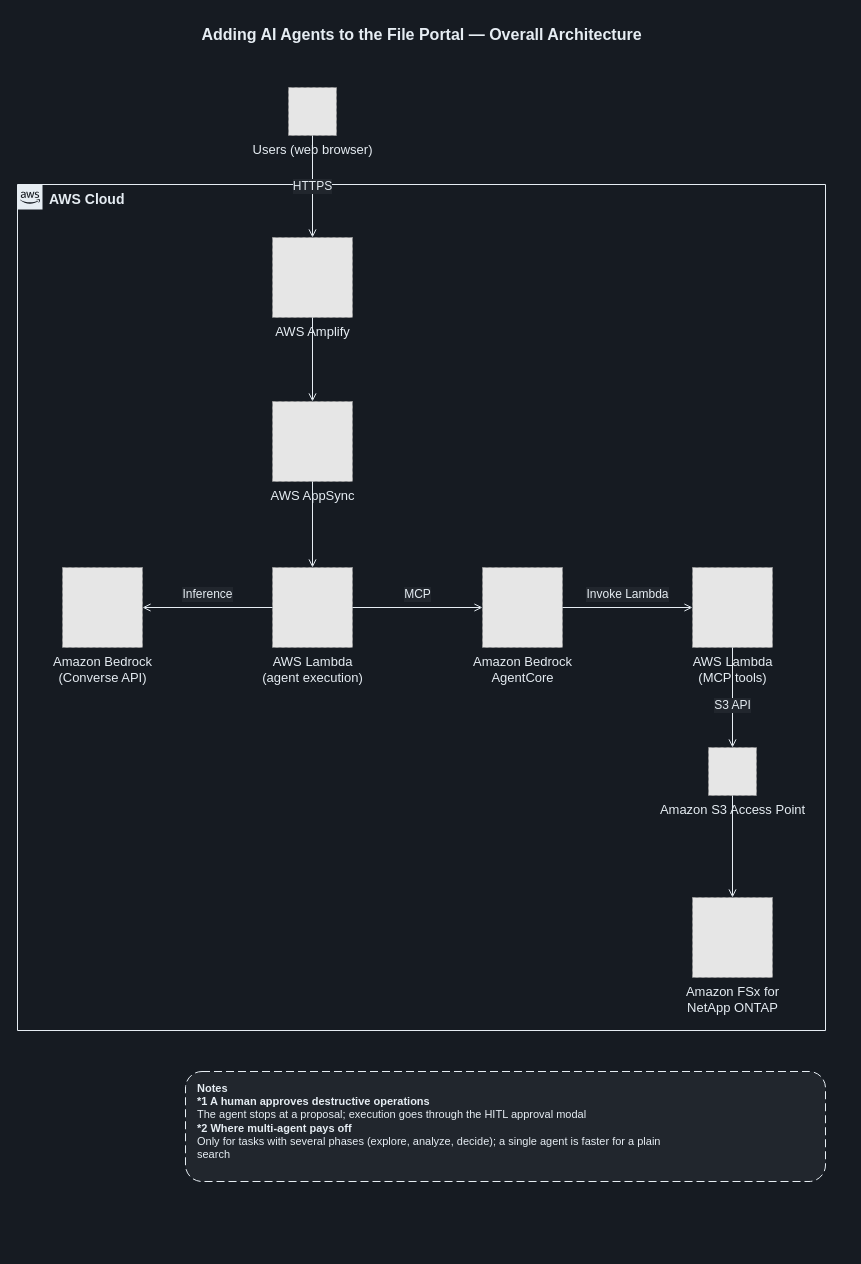
Earlier version of the draw.io diagram docs/diagrams/dark/part3-ai-agent-overview-en.drawio (Yoshiki0705/FSx-for-ONTAP-S3AccessPoints-Serverless-Patterns). Source tidied: cells renumbered, new cells numbered last; positions are measured from the earlier drawing's top-left corner, leaving out a move shared by most shapes. Both pictures are drawn from the tidied source at 100%, with x=0, y=0 at pixel (17, 17). Pictures stored in the file or linked from it are replaced by grey dashed boxes.
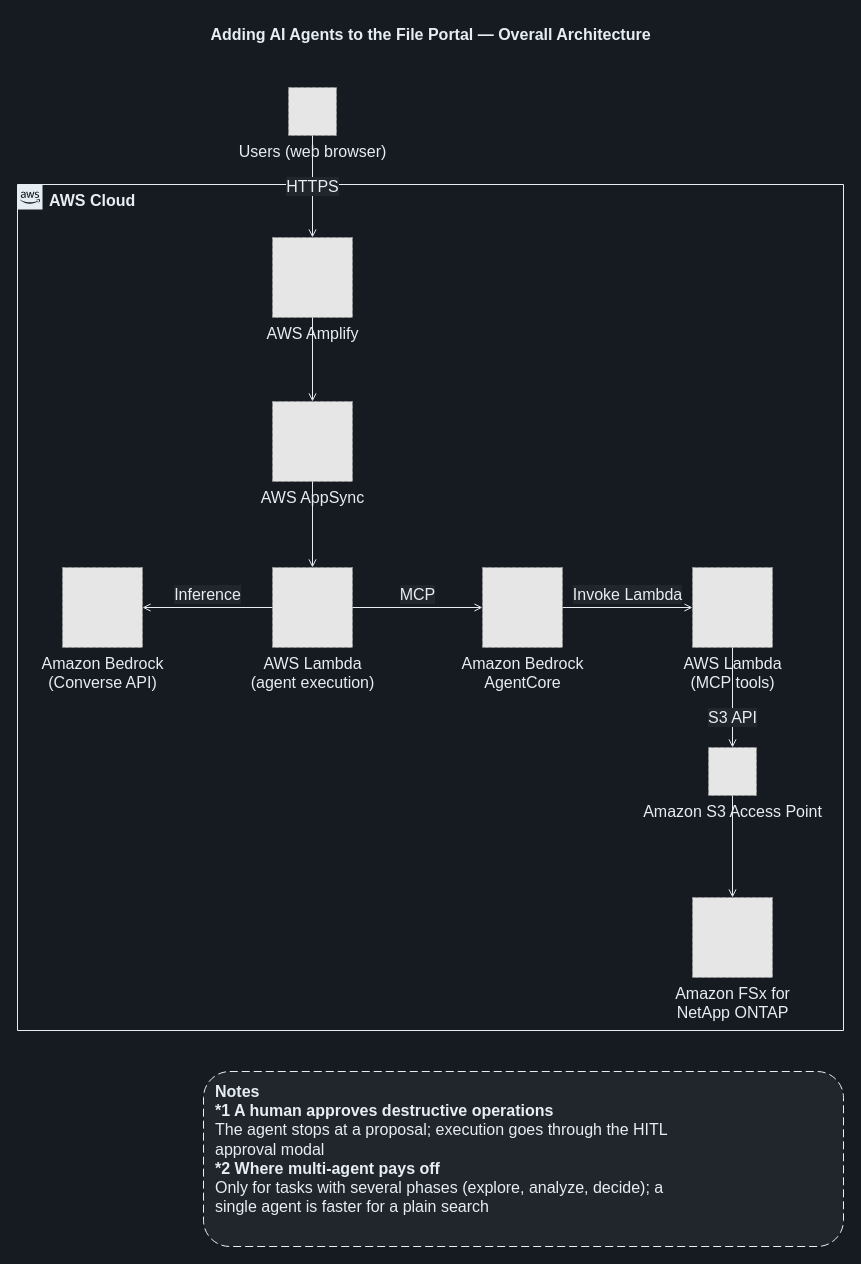
Above is the later version.

What changed in the source:
```diff
@@
     <mxCell id="2" value="Adding AI Agents to the File Portal — Overall Architecture" style="text;html=1;align=center;verticalAlign=middle;fontSize=16;fontStyle=1;fontColor=#E6EDF3;" parent="1" vertex="1">
-      <mxGeometry width="808" height="34" as="geometry" />
+      <mxGeometry width="826" height="34" as="geometry" />
     </mxCell>
-    <mxCell id="3" value="AWS Cloud" style="gradientColor=none;html=1;whiteSpace=wrap;fontSize=14;fontStyle=1;shape=mxgraph.aws4.group;grIcon=mxgraph.aws4.group_aws_cloud_alt;strokeColor=#E6EDF3;fillColor=none;verticalAlign=top;align=left;spacingLeft=30;fontColor=#E6EDF3;dashed=0;" parent="1" vertex="1">
-      <mxGeometry y="167" width="808" height="846" as="geometry" />
+    <mxCell id="3" value="AWS Cloud" style="gradientColor=none;html=1;whiteSpace=wrap;fontSize=16;fontStyle=1;shape=mxgraph.aws4.group;grIcon=mxgraph.aws4.group_aws_cloud_alt;strokeColor=#E6EDF3;fillColor=none;verticalAlign=top;align=left;spacingLeft=30;fontColor=#E6EDF3;dashed=0;" parent="1" vertex="1">
+      <mxGeometry y="167" width="826" height="846" as="geometry" />
     </mxCell>
-    <mxCell id="4" value="Users (web browser)" style="fillColor=#E6E6E6;strokeColor=#999999;dashed=1;html=1;verticalLabelPosition=bottom;verticalAlign=top;labelPosition=center;align=center;fontSize=13;fontColor=#E6EDF3;" parent="1" vertex="1">
+    <mxCell id="4" value="Users (web browser)" style="fillColor=#E6E6E6;strokeColor=#999999;dashed=1;html=1;verticalLabelPosition=bottom;verticalAlign=top;labelPosition=center;align=center;fontSize=16;fontColor=#E6EDF3;" parent="1" vertex="1">
       <mxGeometry x="271" y="70" width="48" height="48" as="geometry" />
     </mxCell>
-    <mxCell id="5" value="AWS Amplify" style="fillColor=#E6E6E6;strokeColor=#999999;dashed=1;html=1;verticalLabelPosition=bottom;verticalAlign=top;labelPosition=center;align=center;fontSize=13;fontColor=#E6EDF3;" parent="1" vertex="1">
+    <mxCell id="5" value="AWS Amplify" style="fillColor=#E6E6E6;strokeColor=#999999;dashed=1;html=1;verticalLabelPosition=bottom;verticalAlign=top;labelPosition=center;align=center;fontSize=16;fontColor=#E6EDF3;" parent="1" vertex="1">
       <mxGeometry x="255" y="220" width="80" height="80" as="geometry" />
     </mxCell>
-    <mxCell id="6" value="AWS AppSync" style="fillColor=#E6E6E6;strokeColor=#999999;dashed=1;html=1;verticalLabelPosition=bottom;verticalAlign=top;labelPosition=center;align=center;fontSize=13;fontColor=#E6EDF3;" parent="1" vertex="1">
+    <mxCell id="6" value="AWS AppSync" style="fillColor=#E6E6E6;strokeColor=#999999;dashed=1;html=1;verticalLabelPosition=bottom;verticalAlign=top;labelPosition=center;align=center;fontSize=16;fontColor=#E6EDF3;" parent="1" vertex="1">
       <mxGeometry x="255" y="384" width="80" height="80" as="geometry" />
     </mxCell>
-    <mxCell id="7" value="Amazon Bedrock&lt;br&gt;(Converse API)" style="fillColor=#E6E6E6;strokeColor=#999999;dashed=1;html=1;verticalLabelPosition=bottom;verticalAlign=top;labelPosition=center;align=center;fontSize=13;fontColor=#E6EDF3;" parent="1" vertex="1">
+    <mxCell id="7" value="Amazon Bedrock&lt;br&gt;(Converse API)" style="fillColor=#E6E6E6;strokeColor=#999999;dashed=1;html=1;verticalLabelPosition=bottom;verticalAlign=top;labelPosition=center;align=center;fontSize=16;fontColor=#E6EDF3;" parent="1" vertex="1">
       <mxGeometry x="45" y="550" width="80" height="80" as="geometry" />
     </mxCell>
-    <mxCell id="8" value="AWS Lambda&lt;br&gt;(agent execution)" style="fillColor=#E6E6E6;strokeColor=#999999;dashed=1;html=1;verticalLabelPosition=bottom;verticalAlign=top;labelPosition=center;align=center;fontSize=13;fontColor=#E6EDF3;" parent="1" vertex="1">
+    <mxCell id="8" value="AWS Lambda&lt;br&gt;(agent execution)" style="fillColor=#E6E6E6;strokeColor=#999999;dashed=1;html=1;verticalLabelPosition=bottom;verticalAlign=top;labelPosition=center;align=center;fontSize=16;fontColor=#E6EDF3;" parent="1" vertex="1">
       <mxGeometry x="255" y="550" width="80" height="80" as="geometry" />
     </mxCell>
-    <mxCell id="9" value="Amazon Bedrock&lt;br&gt;AgentCore" style="fillColor=#E6E6E6;strokeColor=#999999;dashed=1;html=1;verticalLabelPosition=bottom;verticalAlign=top;labelPosition=center;align=center;fontSize=13;fontColor=#E6EDF3;" parent="1" vertex="1">
+    <mxCell id="9" value="Amazon Bedrock&lt;br&gt;AgentCore" style="fillColor=#E6E6E6;strokeColor=#999999;dashed=1;html=1;verticalLabelPosition=bottom;verticalAlign=top;labelPosition=center;align=center;fontSize=16;fontColor=#E6EDF3;" parent="1" vertex="1">
       <mxGeometry x="465" y="550" width="80" height="80" as="geometry" />
     </mxCell>
-    <mxCell id="10" value="AWS Lambda&lt;br&gt;(MCP tools)" style="fillColor=#E6E6E6;strokeColor=#999999;dashed=1;html=1;verticalLabelPosition=bottom;verticalAlign=top;labelPosition=center;align=center;fontSize=13;fontColor=#E6EDF3;" parent="1" vertex="1">
+    <mxCell id="10" value="AWS Lambda&lt;br&gt;(MCP tools)" style="fillColor=#E6E6E6;strokeColor=#999999;dashed=1;html=1;verticalLabelPosition=bottom;verticalAlign=top;labelPosition=center;align=center;fontSize=16;fontColor=#E6EDF3;" parent="1" vertex="1">
       <mxGeometry x="675" y="550" width="80" height="80" as="geometry" />
     </mxCell>
-    <mxCell id="11" value="Amazon S3 Access Point" style="fillColor=#E6E6E6;strokeColor=#999999;dashed=1;html=1;verticalLabelPosition=bottom;verticalAlign=top;labelPosition=center;align=center;fontSize=13;fontColor=#E6EDF3;" parent="1" vertex="1">
+    <mxCell id="11" value="Amazon S3 Access Point" style="fillColor=#E6E6E6;strokeColor=#999999;dashed=1;html=1;verticalLabelPosition=bottom;verticalAlign=top;labelPosition=center;align=center;fontSize=16;fontColor=#E6EDF3;" parent="1" vertex="1">
       <mxGeometry x="691" y="730" width="48" height="48" as="geometry" />
     </mxCell>
-    <mxCell id="12" value="Amazon FSx for&lt;br&gt;NetApp ONTAP" style="fillColor=#E6E6E6;strokeColor=#999999;dashed=1;html=1;verticalLabelPosition=bottom;verticalAlign=top;labelPosition=center;align=center;fontSize=13;fontColor=#E6EDF3;" parent="1" vertex="1">
+    <mxCell id="12" value="Amazon FSx for&lt;br&gt;NetApp ONTAP" style="fillColor=#E6E6E6;strokeColor=#999999;dashed=1;html=1;verticalLabelPosition=bottom;verticalAlign=top;labelPosition=center;align=center;fontSize=16;fontColor=#E6EDF3;" parent="1" vertex="1">
       <mxGeometry x="675" y="880" width="80" height="80" as="geometry" />
     </mxCell>
-    <mxCell id="13" value="HTTPS" style="edgeStyle=orthogonalEdgeStyle;rounded=0;jettySize=auto;html=1;endArrow=open;endFill=0;strokeColor=#E6EDF3;strokeWidth=1;fontSize=12;fontColor=#E6EDF3;labelBackgroundColor=#21262D;" parent="1" edge="1" source="4" target="5">
+    <mxCell id="13" value="HTTPS" style="edgeStyle=orthogonalEdgeStyle;rounded=0;jettySize=auto;html=1;endArrow=open;endFill=0;strokeColor=#E6EDF3;strokeWidth=1;fontSize=16;fontColor=#E6EDF3;labelBackgroundColor=#21262D;" parent="1" edge="1" source="4" target="5">
       <mxGeometry relative="1" as="geometry" />
     </mxCell>
-    <mxCell id="14" style="edgeStyle=orthogonalEdgeStyle;rounded=0;jettySize=auto;html=1;endArrow=open;endFill=0;strokeColor=#E6EDF3;strokeWidth=1;fontSize=12;fontColor=#E6EDF3;labelBackgroundColor=#21262D;" parent="1" edge="1" source="5" target="6">
+    <mxCell id="14" style="edgeStyle=orthogonalEdgeStyle;rounded=0;jettySize=auto;html=1;endArrow=open;endFill=0;strokeColor=#E6EDF3;strokeWidth=1;fontSize=16;fontColor=#E6EDF3;labelBackgroundColor=#21262D;" parent="1" edge="1" source="5" target="6">
       <mxGeometry relative="1" as="geometry" />
     </mxCell>
-    <mxCell id="15" style="edgeStyle=orthogonalEdgeStyle;rounded=0;jettySize=auto;html=1;endArrow=open;endFill=0;strokeColor=#E6EDF3;strokeWidth=1;fontSize=12;fontColor=#E6EDF3;labelBackgroundColor=#21262D;" parent="1" edge="1" source="6" target="8">
+    <mxCell id="15" style="edgeStyle=orthogonalEdgeStyle;rounded=0;jettySize=auto;html=1;endArrow=open;endFill=0;strokeColor=#E6EDF3;strokeWidth=1;fontSize=16;fontColor=#E6EDF3;labelBackgroundColor=#21262D;" parent="1" edge="1" source="6" target="8">
       <mxGeometry relative="1" as="geometry" />
     </mxCell>
-    <mxCell id="16" value="Inference" style="edgeStyle=orthogonalEdgeStyle;rounded=0;jettySize=auto;html=1;endArrow=open;endFill=0;strokeColor=#E6EDF3;strokeWidth=1;fontSize=12;fontColor=#E6EDF3;labelBackgroundColor=#21262D;" parent="1" edge="1" source="8" target="7">
+    <mxCell id="16" value="Inference" style="edgeStyle=orthogonalEdgeStyle;rounded=0;jettySize=auto;html=1;endArrow=open;endFill=0;strokeColor=#E6EDF3;strokeWidth=1;fontSize=16;fontColor=#E6EDF3;labelBackgroundColor=#21262D;" parent="1" edge="1" source="8" target="7">
       <mxGeometry relative="1" as="geometry">
         <mxPoint y="-13" as="offset" />
       </mxGeometry>
     </mxCell>
-    <mxCell id="17" value="MCP" style="edgeStyle=orthogonalEdgeStyle;rounded=0;jettySize=auto;html=1;endArrow=open;endFill=0;strokeColor=#E6EDF3;strokeWidth=1;fontSize=12;fontColor=#E6EDF3;labelBackgroundColor=#21262D;" parent="1" edge="1" source="8" target="9">
+    <mxCell id="17" value="MCP" style="edgeStyle=orthogonalEdgeStyle;rounded=0;jettySize=auto;html=1;endArrow=open;endFill=0;strokeColor=#E6EDF3;strokeWidth=1;fontSize=16;fontColor=#E6EDF3;labelBackgroundColor=#21262D;" parent="1" edge="1" source="8" target="9">
       <mxGeometry relative="1" as="geometry">
         <mxPoint y="-13" as="offset" />
       </mxGeometry>
     </mxCell>
-    <mxCell id="18" value="Invoke Lambda" style="edgeStyle=orthogonalEdgeStyle;rounded=0;jettySize=auto;html=1;endArrow=open;endFill=0;strokeColor=#E6EDF3;strokeWidth=1;fontSize=12;fontColor=#E6EDF3;labelBackgroundColor=#21262D;" parent="1" edge="1" source="9" target="10">
+    <mxCell id="18" value="Invoke Lambda" style="edgeStyle=orthogonalEdgeStyle;rounded=0;jettySize=auto;html=1;endArrow=open;endFill=0;strokeColor=#E6EDF3;strokeWidth=1;fontSize=16;fontColor=#E6EDF3;labelBackgroundColor=#21262D;" parent="1" edge="1" source="9" target="10">
       <mxGeometry relative="1" as="geometry">
         <mxPoint y="-13" as="offset" />
       </mxGeometry>
     </mxCell>
-    <mxCell id="19" value="S3 API" style="edgeStyle=orthogonalEdgeStyle;rounded=0;jettySize=auto;html=1;endArrow=open;endFill=0;strokeColor=#E6EDF3;strokeWidth=1;fontSize=12;fontColor=#E6EDF3;labelBackgroundColor=#21262D;" parent="1" edge="1" source="10" target="11">
+    <mxCell id="19" value="S3 API" style="edgeStyle=orthogonalEdgeStyle;rounded=0;jettySize=auto;html=1;endArrow=open;endFill=0;strokeColor=#E6EDF3;strokeWidth=1;fontSize=16;fontColor=#E6EDF3;labelBackgroundColor=#21262D;" parent="1" edge="1" source="10" target="11">
       <mxGeometry relative="1" as="geometry">
-        <mxPoint y="8" as="offset" />
+        <mxPoint y="20" as="offset" />
       </mxGeometry>
     </mxCell>
-    <mxCell id="20" style="edgeStyle=orthogonalEdgeStyle;rounded=0;jettySize=auto;html=1;endArrow=open;endFill=0;strokeColor=#E6EDF3;strokeWidth=1;fontSize=12;fontColor=#E6EDF3;labelBackgroundColor=#21262D;" parent="1" edge="1" source="11" target="12">
+    <mxCell id="20" style="edgeStyle=orthogonalEdgeStyle;rounded=0;jettySize=auto;html=1;endArrow=open;endFill=0;strokeColor=#E6EDF3;strokeWidth=1;fontSize=16;fontColor=#E6EDF3;labelBackgroundColor=#21262D;" parent="1" edge="1" source="11" target="12">
       <mxGeometry relative="1" as="geometry" />
     </mxCell>
-    <mxCell id="21" value="&lt;b&gt;Notes&lt;/b&gt;&lt;br&gt;&lt;b&gt;*1 A human approves destructive operations&lt;/b&gt;&lt;br&gt;The agent stops at a proposal; execution goes through the HITL approval modal&lt;br&gt;&lt;b&gt;*2 Where multi-agent pays off&lt;/b&gt;&lt;br&gt;Only for tasks with several phases (explore, analyze, decide); a single agent is faster for a plain&lt;br&gt;search" style="rounded=1;whiteSpace=wrap;html=1;dashed=1;dashPattern=8 4;strokeColor=#E6EDF3;fillColor=#21262D;align=left;verticalAlign=top;spacingLeft=10;spacingTop=4;fontSize=11;fontColor=#E6EDF3;" parent="1" vertex="1">
-      <mxGeometry x="168" y="1054" width="640" height="110" as="geometry" />
+    <mxCell id="21" value="&lt;b&gt;Notes&lt;/b&gt;&lt;br&gt;&lt;b&gt;*1 A human approves destructive operations&lt;/b&gt;&lt;br&gt;The agent stops at a proposal; execution goes through the HITL&lt;br&gt;approval modal&lt;br&gt;&lt;b&gt;*2 Where multi-agent pays off&lt;/b&gt;&lt;br&gt;Only for tasks with several phases (explore, analyze, decide); a&lt;br&gt;single agent is faster for a plain search" style="rounded=1;whiteSpace=wrap;html=1;dashed=1;dashPattern=8 4;strokeColor=#E6EDF3;fillColor=#21262D;align=left;verticalAlign=top;spacingLeft=10;spacingTop=4;fontSize=16;fontColor=#E6EDF3;" parent="1" vertex="1">
+      <mxGeometry x="186" y="1054" width="640" height="175" as="geometry" />
     </mxCell>
```
